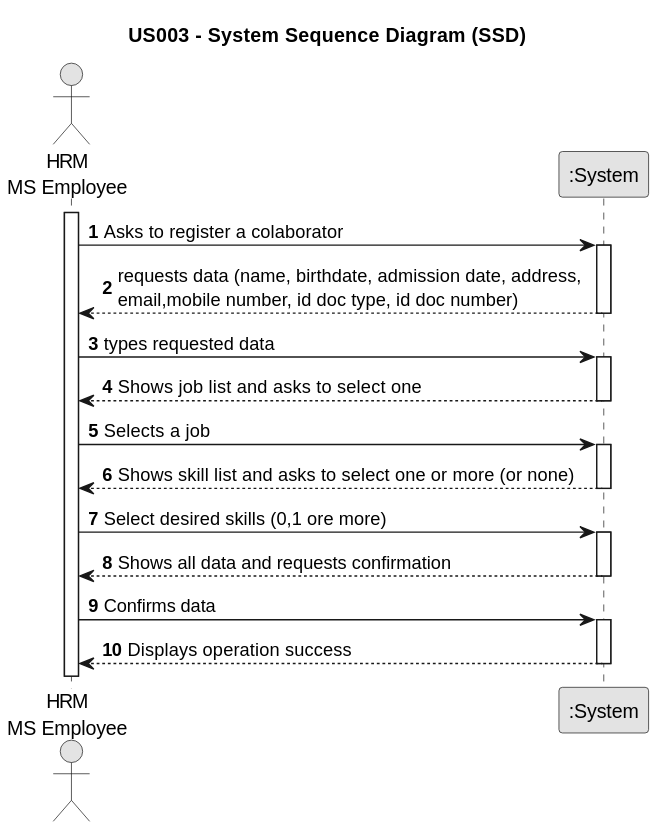
This is docs/sprintA/us003/01.requirements-engineering/svg/us003-system-sequence-diagram.svg from Rui-San/LAPR2_2023_2024, a PlantUML export, as it was before one commit.
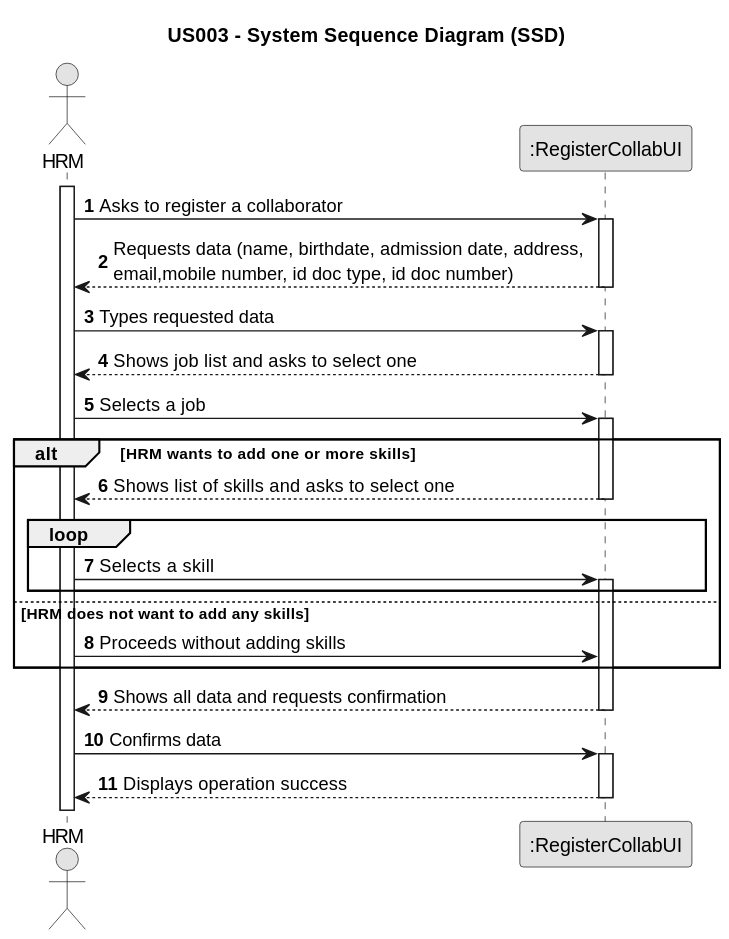
The same file after the commit.

Commit message:
- US004: Created svg file for SSD Updated Selected data Added other relevant remark

What changed in the source:
```diff
@@ -7,19 +7,19 @@
 
 autonumber
 
-actor "HRM\nMS Employee" as Employee
-participant ":System" as System
+actor "HRM" as Employee
+participant ":RegisterCollabUI" as System
 
 activate Employee
 
-    Employee -> System : Asks to register a colaborator
+    Employee -> System : Asks to register a collaborator
 
     activate System
 
-        System --> Employee : requests data (name, birthdate, admission date, address, \nemail,mobile number, id doc type, id doc number)
+        System --> Employee : Requests data (name, birthdate, admission date, address, \nemail,mobile number, id doc type, id doc number)
     deactivate System
 
-    Employee -> System : types requested data
+    Employee -> System : Types requested data
 
     activate System
 
@@ -30,12 +30,19 @@
 
     activate System
 
-        System --> Employee : Shows skill list and asks to select one or more (or none)
+    alt HRM wants to add one or more skills
+        System --> Employee : Shows list of skills and asks to select one
     deactivate System
 
-    Employee -> System : Select desired skills (0,1 ore more)
+            loop
+                Employee -> System : Selects a skill
+                activate System
+            end loop
 
-    activate System
+
+        else HRM does not want to add any skills
+            Employee -> System : Proceeds without adding skills
+    end
 
         System --> Employee : Shows all data and requests confirmation
     deactivate System
```
